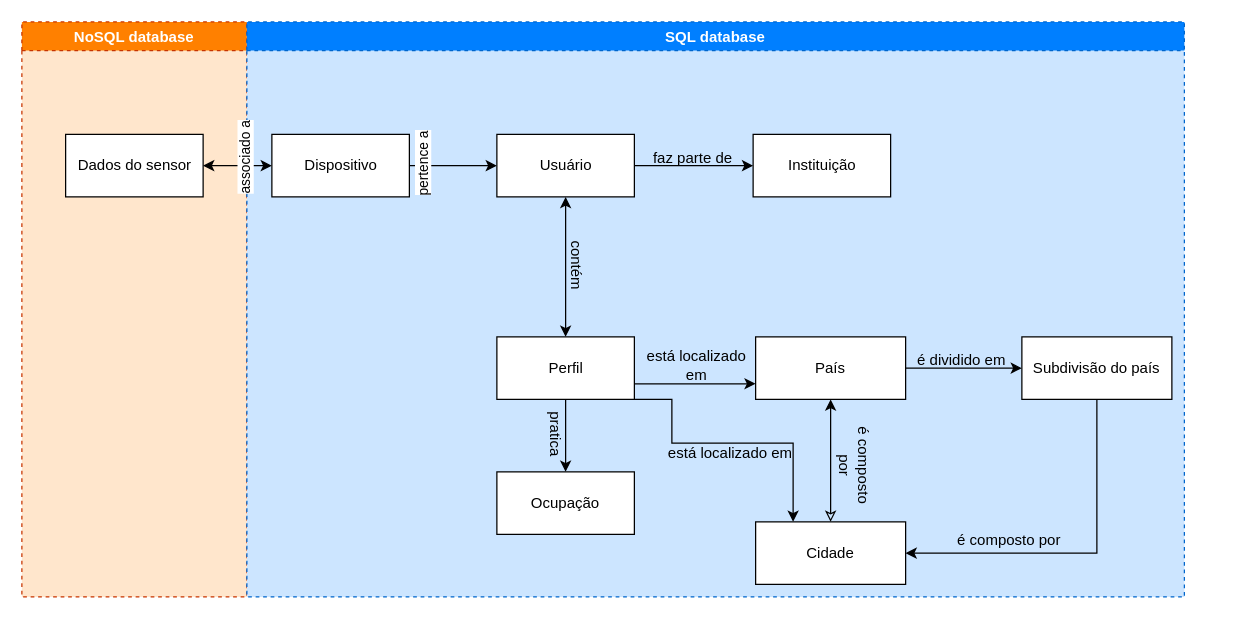
The draw.io diagram conceptual data model.drawio in julianaclp/tcc-diagrams, before the edit. Source tidied: cells renumbered, new cells numbered last; positions are measured from the earlier drawing's top-left corner, leaving out a move shared by most shapes. Both pictures are drawn from the tidied source at 125%, with x=0, y=0 at pixel (21, 21).
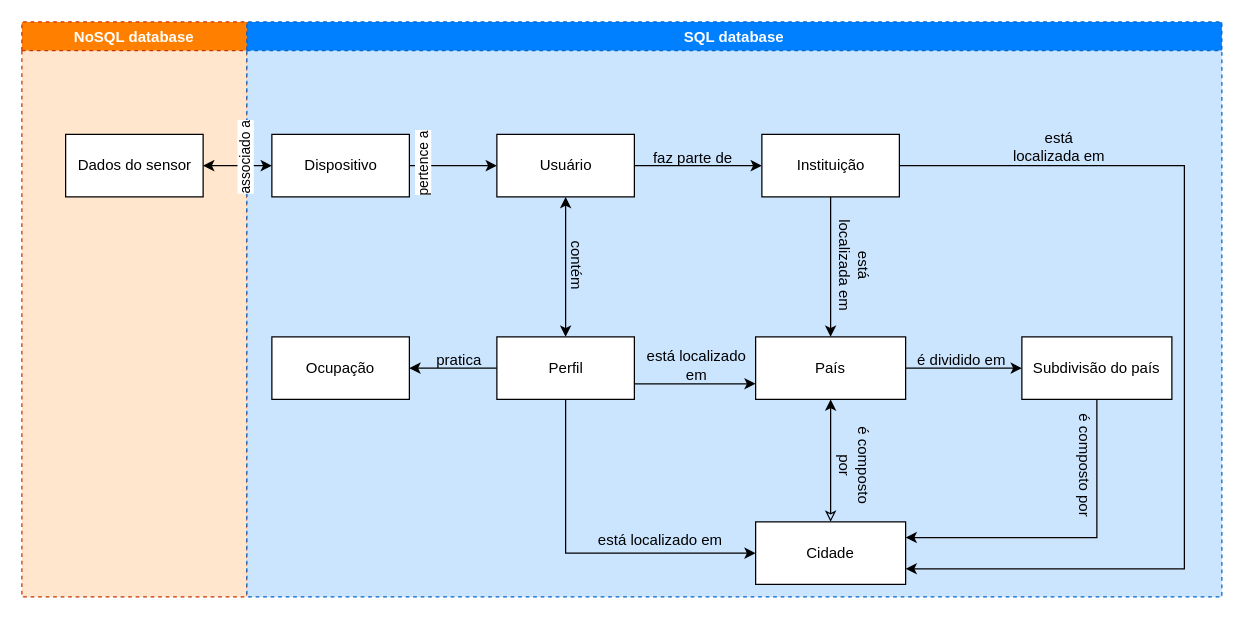
The same page after the edit.

Unchanged cells that the change refers to:
```xml
<mxCell id="8" value="Perfil" style="html=1;" parent="4" vertex="1">
  <mxGeometry x="200" y="252" width="110" height="50" as="geometry" />
</mxCell>
<mxCell id="16" value="País" style="whiteSpace=wrap;html=1;" parent="4" vertex="1">
  <mxGeometry x="407" y="252" width="120" height="50" as="geometry" />
</mxCell>
<mxCell id="17" value="Cidade" style="whiteSpace=wrap;html=1;" parent="4" vertex="1">
  <mxGeometry x="407" y="400" width="120" height="50" as="geometry" />
</mxCell>
<mxCell id="21" value="Subdivisão do país" style="whiteSpace=wrap;html=1;" parent="4" vertex="1">
  <mxGeometry x="620" y="252" width="120" height="50" as="geometry" />
</mxCell>
```

Change to the diagram source:
```diff
@@
     <mxCell id="4" value="SQL database" style="swimlane;dashed=1;fillColor=#007FFF;fontColor=#ffffff;strokeColor=#0066CC;swimlaneFillColor=#CCE5FF;" parent="1" vertex="1">
-      <mxGeometry x="180" width="750" height="460" as="geometry" />
+      <mxGeometry x="180" width="780" height="460" as="geometry" />
     </mxCell>
@@
-    <mxCell id="7" style="edgeStyle=orthogonalEdgeStyle;rounded=0;jettySize=auto;html=1;exitX=1;exitY=1;exitDx=0;exitDy=0;entryX=0.25;entryY=0;entryDx=0;entryDy=0;fontColor=#FFFFFF;startArrow=none;startFill=0;" parent="4" edge="1" source="8" target="17">
-      <mxGeometry relative="1" as="geometry">
-        <Array as="points">
-          <mxPoint x="340" y="302" />
-          <mxPoint x="340" y="337" />
-          <mxPoint x="437" y="337" />
-        </Array>
-      </mxGeometry>
+    <mxCell id="7" style="edgeStyle=orthogonalEdgeStyle;rounded=0;jettySize=auto;html=1;exitX=0.5;exitY=1;exitDx=0;exitDy=0;entryX=0;entryY=0.5;entryDx=0;entryDy=0;" parent="4" edge="1" source="8" target="17">
+      <mxGeometry relative="1" as="geometry" />
     </mxCell>
@@
     <mxCell id="18" value="Ocupação" style="whiteSpace=wrap;html=1;" parent="4" vertex="1">
-      <mxGeometry x="200" y="360" width="110" height="50" as="geometry" />
+      <mxGeometry x="20" y="252" width="110" height="50" as="geometry" />
     </mxCell>
-    <mxCell id="19" value="pratica" style="text;html=1;strokeColor=none;fillColor=none;align=center;verticalAlign=middle;whiteSpace=wrap;rounded=0;rotation=90;" parent="4" vertex="1">
-      <mxGeometry x="217" y="315" width="60" height="30" as="geometry" />
+    <mxCell id="19" value="pratica" style="text;html=1;strokeColor=none;fillColor=none;align=center;verticalAlign=middle;whiteSpace=wrap;rounded=0;rotation=0;" parent="4" vertex="1">
+      <mxGeometry x="140" y="256" width="60" height="30" as="geometry" />
     </mxCell>
@@
+    <mxCell id="29" style="edgeStyle=orthogonalEdgeStyle;rounded=0;jettySize=auto;html=1;exitX=0.5;exitY=1;exitDx=0;exitDy=0;entryX=1;entryY=0.25;entryDx=0;entryDy=0;" parent="4" edge="1" source="21" target="17">
+      <mxGeometry relative="1" as="geometry" />
+    </mxCell>
@@
+    <mxCell id="33" style="edgeStyle=orthogonalEdgeStyle;rounded=0;jettySize=auto;html=1;" parent="4" edge="1" source="26" target="16">
+      <mxGeometry relative="1" as="geometry" />
+    </mxCell>
+    <mxCell id="34" style="edgeStyle=orthogonalEdgeStyle;rounded=0;jettySize=auto;html=1;exitX=1;exitY=0.5;exitDx=0;exitDy=0;entryX=1;entryY=0.75;entryDx=0;entryDy=0;" parent="4" edge="1" source="26" target="17">
+      <mxGeometry relative="1" as="geometry">
+        <Array as="points">
+          <mxPoint x="750" y="115" />
+          <mxPoint x="750" y="438" />
+        </Array>
+      </mxGeometry>
+    </mxCell>
     <mxCell id="26" value="Instituição" style="html=1;" parent="4" vertex="1">
-      <mxGeometry x="405" y="90" width="110" height="50" as="geometry" />
+      <mxGeometry x="412" y="90" width="110" height="50" as="geometry" />
     </mxCell>
@@
     <mxCell id="28" value="está localizado em" style="text;html=1;strokeColor=none;fillColor=none;align=center;verticalAlign=middle;whiteSpace=wrap;rounded=0;" parent="4" vertex="1">
-      <mxGeometry x="336" y="330" width="102" height="30" as="geometry" />
+      <mxGeometry x="280" y="400" width="102" height="30" as="geometry" />
     </mxCell>
-    <mxCell id="29" style="edgeStyle=orthogonalEdgeStyle;rounded=0;jettySize=auto;html=1;exitX=0.5;exitY=1;exitDx=0;exitDy=0;entryX=1;entryY=0.5;entryDx=0;entryDy=0;" parent="4" edge="1" source="21" target="17">
-      <mxGeometry relative="1" as="geometry">
-        <Array as="points">
-          <mxPoint x="680" y="425" />
-        </Array>
-      </mxGeometry>
-    </mxCell>
-    <mxCell id="30" value="&lt;font color=&quot;#000000&quot;&gt;é composto por&lt;/font&gt;" style="text;html=1;strokeColor=none;fillColor=none;align=center;verticalAlign=middle;whiteSpace=wrap;rounded=0;fontColor=#FFFFFF;" parent="4" vertex="1">
-      <mxGeometry x="560" y="400" width="100" height="30" as="geometry" />
+    <mxCell id="30" value="&lt;font color=&quot;#000000&quot;&gt;é composto por&lt;/font&gt;" style="text;html=1;strokeColor=none;fillColor=none;align=center;verticalAlign=middle;whiteSpace=wrap;rounded=0;fontColor=#FFFFFF;rotation=90;" parent="4" vertex="1">
+      <mxGeometry x="620" y="340" width="100" height="30" as="geometry" />
     </mxCell>
+    <mxCell id="35" value="está localizada&amp;nbsp;em" style="text;html=1;strokeColor=none;fillColor=none;align=center;verticalAlign=middle;whiteSpace=wrap;rounded=0;rotation=90;" parent="4" vertex="1">
+      <mxGeometry x="436" y="180" width="100" height="30" as="geometry" />
+    </mxCell>
+    <mxCell id="36" value="está localizada&amp;nbsp;em" style="text;html=1;strokeColor=none;fillColor=none;align=center;verticalAlign=middle;whiteSpace=wrap;rounded=0;rotation=0;" parent="4" vertex="1">
+      <mxGeometry x="600" y="85" width="100" height="30" as="geometry" />
+    </mxCell>
```
